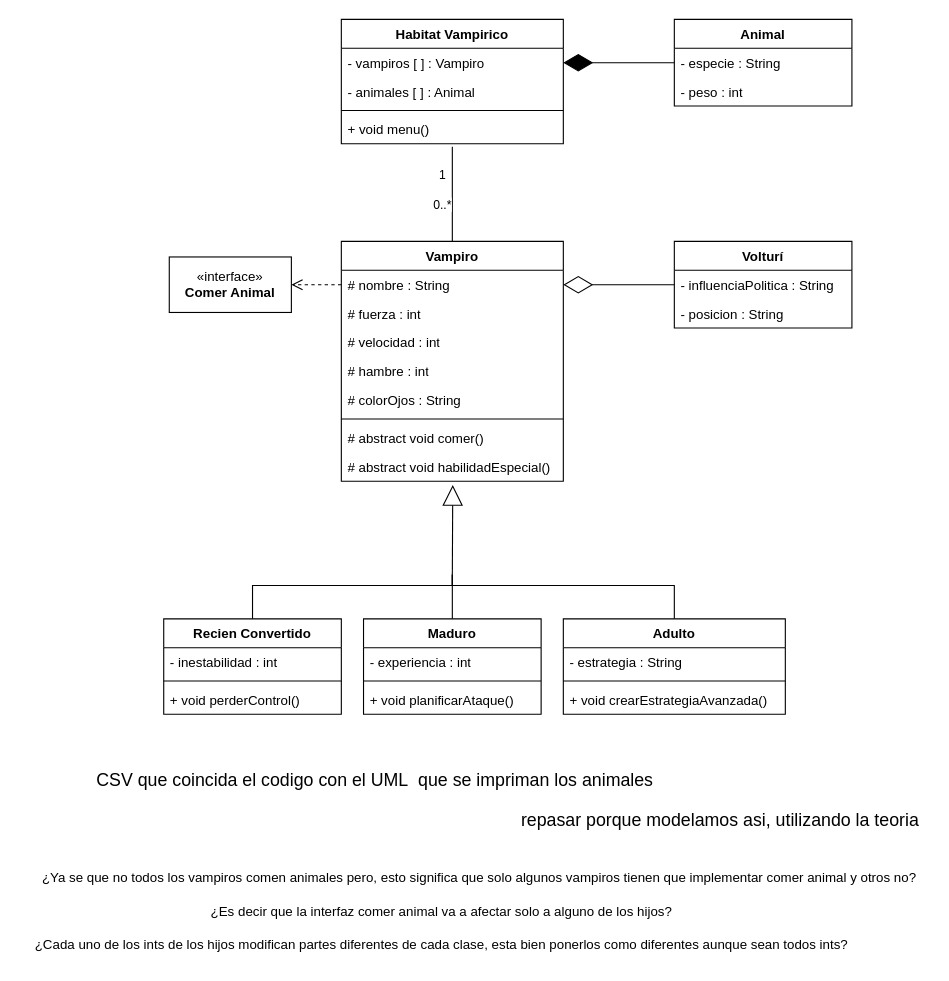
The draw.io diagram diagramas_y_consigna/UML_GestionCrepusculo.drawio in tomascortina/TP_POOI_Soriano_Cortina, before the edit. Source tidied: cells renumbered, new cells numbered last; positions are measured from the earlier drawing's top-left corner, leaving out a move shared by most shapes. Both pictures are drawn from the tidied source at 111%, with x=0, y=0 at pixel (19, 19).
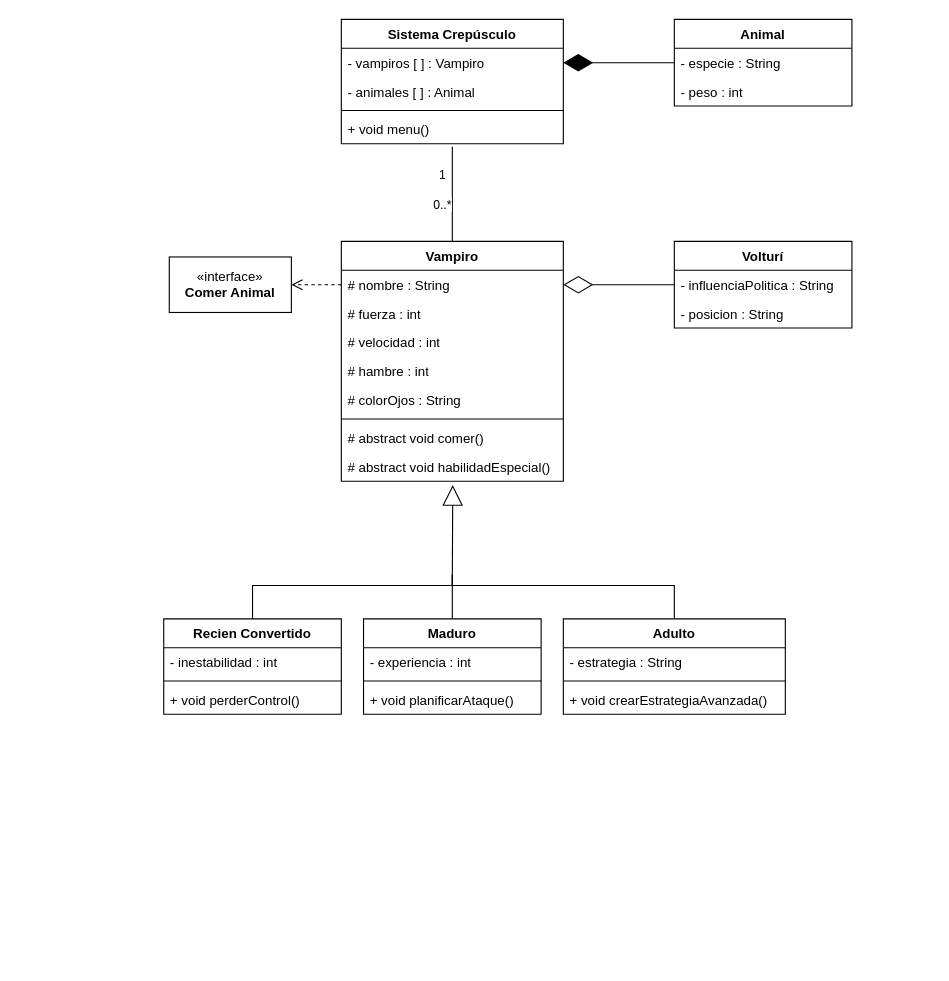
After the change.

Diff of the diagram source:
```diff
@@
-    <mxCell id="2" value="Habitat Vampirico" style="swimlane;fontStyle=1;align=center;verticalAlign=top;horizontal=1;startSize=26;whiteSpace=wrap;html=1;" parent="1" vertex="1">
+    <mxCell id="2" value="Sistema Crepúsculo" style="swimlane;fontStyle=1;align=center;verticalAlign=top;horizontal=1;startSize=26;whiteSpace=wrap;html=1;" parent="1" vertex="1">
       <mxGeometry x="290" width="200" height="112" as="geometry" />
     </mxCell>
@@
-    <mxCell id="39" value="¿Ya se que no todos los vampiros comen animales pero, esto significa que solo algunos vampiros tienen que implementar comer animal y otros no?" style="text;html=1;align=center;verticalAlign=middle;strokeColor=none;fillColor=none;" parent="1" vertex="1">
-      <mxGeometry x="9" y="759.2" width="810" height="30" as="geometry" />
-    </mxCell>
-    <mxCell id="40" value="¿Es decir que la interfaz comer animal va a afectar solo a alguno de los hijos?" style="text;html=1;align=center;verticalAlign=middle;strokeColor=none;fillColor=none;" parent="1" vertex="1">
-      <mxGeometry x="160" y="789.2" width="440" height="30" as="geometry" />
-    </mxCell>
@@
-    <mxCell id="47" value="¿Cada uno de los ints de los hijos modifican partes diferentes de cada clase, esta bien ponerlos como diferentes aunque sean todos ints?" style="text;html=1;align=center;verticalAlign=middle;strokeColor=none;fillColor=none;" parent="1" vertex="1">
-      <mxGeometry y="819.2" width="760" height="30" as="geometry" />
-    </mxCell>
-    <mxCell id="48" value="CSV que coincida el codigo con el UML&amp;nbsp; que se impriman los animales" style="text;html=1;align=center;verticalAlign=middle;strokeColor=none;fillColor=none;fontSize=16;" parent="1" vertex="1">
-      <mxGeometry x="60" y="670" width="520" height="30" as="geometry" />
-    </mxCell>
-    <mxCell id="49" value="repasar porque modelamos asi, utilizando la teoria" style="text;html=1;align=center;verticalAlign=middle;strokeColor=none;fillColor=none;fontSize=16;" parent="1" vertex="1">
-      <mxGeometry x="441" y="706" width="380" height="30" as="geometry" />
-    </mxCell>
```
